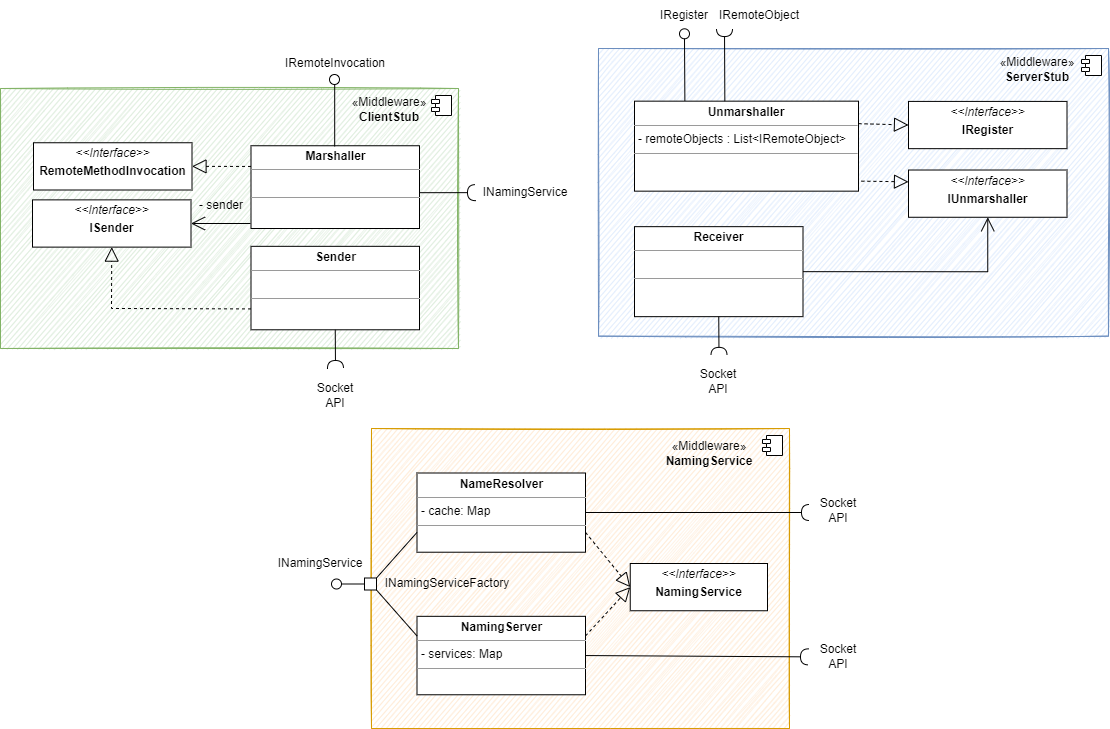
The draw.io diagram Dokumentation/Middleware/diagrams/layer2.png in sckoenig/Distributed-Tron, before a commit. Source tidied: cells renumbered, new cells last; positions are measured from the earlier drawing's top-left corner, leaving out a move shared by most shapes.
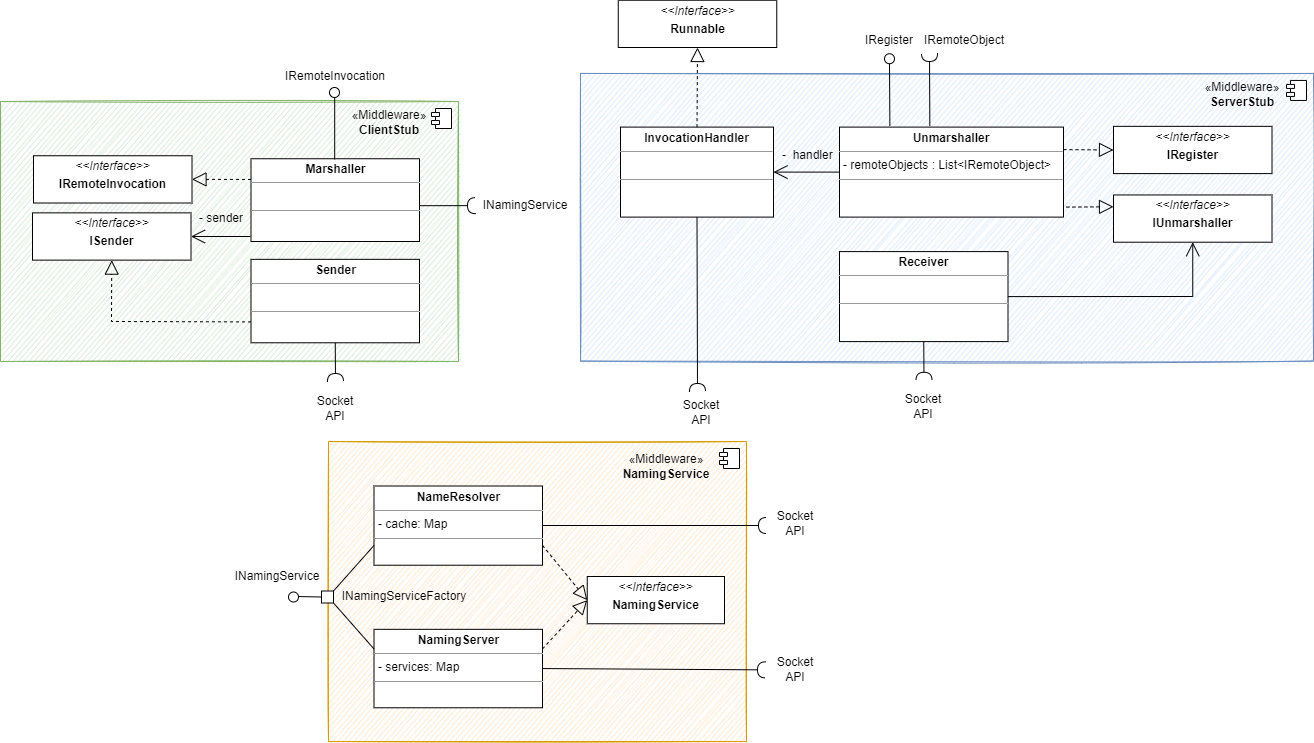
The same diagram one commit later.

Diff of the diagram source:
```diff
@@ -3,7 +3,7 @@
     <mxCell id="0" />
     <mxCell id="1" parent="0" />
     <mxCell id="2" style="html=1;sketch=1;fillColor=#dae8fc;strokeColor=#6c8ebf;" parent="1" vertex="1">
-      <mxGeometry x="598" y="48" width="510" height="287.6" as="geometry" />
+      <mxGeometry x="580" y="59.9" width="733" height="287.6" as="geometry" />
     </mxCell>
     <mxCell id="3" style="shape=module;jettyWidth=8;jettyHeight=4;sketch=0;" parent="2" vertex="1">
       <mxGeometry x="1" width="20" height="20" relative="1" as="geometry">
@@ -24,7 +24,7 @@
     <mxCell id="7" value="&lt;p style=&quot;margin:0px;margin-top:4px;text-align:center;&quot;&gt;&lt;b&gt;Marshaller&lt;/b&gt;&lt;/p&gt;&lt;hr size=&quot;1&quot;&gt;&lt;p style=&quot;margin:0px;margin-left:4px;&quot;&gt;&lt;br&gt;&lt;/p&gt;&lt;hr size=&quot;1&quot;&gt;&lt;p style=&quot;margin:0px;margin-left:4px;&quot;&gt;&lt;br&gt;&lt;/p&gt;&lt;br&gt;&lt;div style=&quot;padding: 0px; margin: 0px;&quot;&gt;&lt;br style=&quot;padding: 0px; margin: 0px;&quot;&gt;&lt;/div&gt;&lt;div style=&quot;padding: 0px; margin: 0px;&quot;&gt;&lt;br style=&quot;padding: 0px; margin: 0px;&quot;&gt;&lt;/div&gt;" style="verticalAlign=top;align=left;overflow=fill;fontSize=12;fontFamily=Helvetica;html=1;sketch=0;fillColor=default;" parent="1" vertex="1">
       <mxGeometry x="250.5" y="145.2" width="168.5" height="82.8" as="geometry" />
     </mxCell>
-    <mxCell id="8" value="&lt;p style=&quot;margin:0px;margin-top:4px;text-align:center;&quot;&gt;&lt;i&gt;&amp;lt;&amp;lt;Interface&lt;/i&gt;&lt;i style=&quot;background-color: initial;&quot;&gt;&amp;gt;&amp;gt;&lt;/i&gt;&lt;/p&gt;&lt;p style=&quot;margin:0px;margin-top:4px;text-align:center;&quot;&gt;&lt;b&gt;RemoteMethodInvocation&lt;/b&gt;&lt;/p&gt;" style="verticalAlign=top;align=left;overflow=fill;fontSize=12;fontFamily=Helvetica;html=1;" parent="1" vertex="1">
+    <mxCell id="8" value="&lt;p style=&quot;margin:0px;margin-top:4px;text-align:center;&quot;&gt;&lt;i&gt;&amp;lt;&amp;lt;Interface&lt;/i&gt;&lt;i style=&quot;background-color: initial;&quot;&gt;&amp;gt;&amp;gt;&lt;/i&gt;&lt;/p&gt;&lt;p style=&quot;margin:0px;margin-top:4px;text-align:center;&quot;&gt;&lt;b&gt;IRemoteInvocation&lt;/b&gt;&lt;/p&gt;" style="verticalAlign=top;align=left;overflow=fill;fontSize=12;fontFamily=Helvetica;html=1;" parent="1" vertex="1">
       <mxGeometry x="33" y="142.2" width="158.5" height="47.2" as="geometry" />
     </mxCell>
     <mxCell id="9" value="&lt;p style=&quot;margin:0px;margin-top:4px;text-align:center;&quot;&gt;&lt;i&gt;&amp;lt;&amp;lt;Interface&lt;/i&gt;&lt;i style=&quot;background-color: initial;&quot;&gt;&amp;gt;&amp;gt;&lt;/i&gt;&lt;/p&gt;&lt;p style=&quot;margin:0px;margin-top:4px;text-align:center;&quot;&gt;&lt;b&gt;ISender&lt;/b&gt;&lt;/p&gt;" style="verticalAlign=top;align=left;overflow=fill;fontSize=12;fontFamily=Helvetica;html=1;" parent="1" vertex="1">
@@ -34,19 +34,19 @@
       <mxGeometry x="250.5" y="245.8" width="168.5" height="83.5" as="geometry" />
     </mxCell>
     <mxCell id="11" value="&lt;p style=&quot;margin:0px;margin-top:4px;text-align:center;&quot;&gt;&lt;b&gt;Unmarshaller&lt;/b&gt;&lt;/p&gt;&lt;hr size=&quot;1&quot;&gt;&lt;p style=&quot;margin:0px;margin-left:4px;&quot;&gt;- remoteObjects : List&amp;lt;IRemoteObject&amp;gt;&lt;/p&gt;&lt;hr size=&quot;1&quot;&gt;&lt;p style=&quot;margin:0px;margin-left:4px;&quot;&gt;&lt;br&gt;&lt;/p&gt;&lt;br&gt;&lt;div style=&quot;padding: 0px; margin: 0px;&quot;&gt;&lt;br style=&quot;padding: 0px; margin: 0px;&quot;&gt;&lt;/div&gt;&lt;div style=&quot;padding: 0px; margin: 0px;&quot;&gt;&lt;br style=&quot;padding: 0px; margin: 0px;&quot;&gt;&lt;/div&gt;" style="verticalAlign=top;align=left;overflow=fill;fontSize=12;fontFamily=Helvetica;html=1;sketch=0;fillColor=default;" parent="1" vertex="1">
-      <mxGeometry x="634" y="100.7" width="224" height="90" as="geometry" />
+      <mxGeometry x="839" y="113.6" width="224" height="90" as="geometry" />
     </mxCell>
     <mxCell id="12" value="&lt;p style=&quot;margin:0px;margin-top:4px;text-align:center;&quot;&gt;&lt;i&gt;&amp;lt;&amp;lt;Interface&lt;/i&gt;&lt;i style=&quot;background-color: initial;&quot;&gt;&amp;gt;&amp;gt;&lt;/i&gt;&lt;/p&gt;&lt;p style=&quot;margin:0px;margin-top:4px;text-align:center;&quot;&gt;&lt;b&gt;IUnmarshaller&lt;/b&gt;&lt;/p&gt;" style="verticalAlign=top;align=left;overflow=fill;fontSize=12;fontFamily=Helvetica;html=1;" parent="1" vertex="1">
-      <mxGeometry x="908" y="169.5" width="158.5" height="47.2" as="geometry" />
+      <mxGeometry x="1113" y="181.5" width="158.5" height="47.2" as="geometry" />
     </mxCell>
     <mxCell id="13" value="&lt;p style=&quot;margin:0px;margin-top:4px;text-align:center;&quot;&gt;&lt;i&gt;&amp;lt;&amp;lt;Interface&lt;/i&gt;&lt;i style=&quot;background-color: initial;&quot;&gt;&amp;gt;&amp;gt;&lt;/i&gt;&lt;/p&gt;&lt;p style=&quot;margin:0px;margin-top:4px;text-align:center;&quot;&gt;&lt;b&gt;IRegister&lt;/b&gt;&lt;/p&gt;" style="verticalAlign=top;align=left;overflow=fill;fontSize=12;fontFamily=Helvetica;html=1;" parent="1" vertex="1">
-      <mxGeometry x="908" y="100.9" width="158.5" height="47.2" as="geometry" />
+      <mxGeometry x="1113" y="112.9" width="158.5" height="47.2" as="geometry" />
     </mxCell>
     <mxCell id="14" style="edgeStyle=orthogonalEdgeStyle;rounded=0;jettySize=auto;html=1;exitX=1;exitY=0.5;exitDx=0;exitDy=0;entryX=0.5;entryY=1;entryDx=0;entryDy=0;endArrow=open;endFill=0;endSize=12;" parent="1" edge="1" source="15" target="12">
       <mxGeometry relative="1" as="geometry" />
     </mxCell>
     <mxCell id="15" value="&lt;p style=&quot;margin:0px;margin-top:4px;text-align:center;&quot;&gt;&lt;b&gt;Receiver&lt;/b&gt;&lt;/p&gt;&lt;hr size=&quot;1&quot;&gt;&lt;p style=&quot;margin:0px;margin-left:4px;&quot;&gt;&lt;br&gt;&lt;/p&gt;&lt;hr size=&quot;1&quot;&gt;&lt;p style=&quot;margin:0px;margin-left:4px;&quot;&gt;&lt;br&gt;&lt;/p&gt;&lt;br&gt;&lt;div style=&quot;padding: 0px; margin: 0px;&quot;&gt;&lt;br style=&quot;padding: 0px; margin: 0px;&quot;&gt;&lt;/div&gt;&lt;div style=&quot;padding: 0px; margin: 0px;&quot;&gt;&lt;br style=&quot;padding: 0px; margin: 0px;&quot;&gt;&lt;/div&gt;" style="verticalAlign=top;align=left;overflow=fill;fontSize=12;fontFamily=Helvetica;html=1;sketch=0;fillColor=default;" parent="1" vertex="1">
-      <mxGeometry x="634" y="226.2" width="168.5" height="90" as="geometry" />
+      <mxGeometry x="839" y="238.1" width="168.5" height="90" as="geometry" />
     </mxCell>
     <mxCell id="16" style="endArrow=block;dashed=1;endFill=0;endSize=12;html=1;rounded=0;entryX=1;entryY=0.5;entryDx=0;entryDy=0;exitX=0;exitY=0.25;exitDx=0;exitDy=0;" parent="1" edge="1" source="7" target="8">
       <mxGeometry relative="1" as="geometry" />
@@ -81,7 +81,7 @@
       </mxGeometry>
     </mxCell>
     <mxCell id="23" style="html=1;sketch=1;fillColor=#ffe6cc;strokeColor=#d79b00;shadow=0;" parent="1" vertex="1">
-      <mxGeometry x="371" y="428" width="418" height="300" as="geometry" />
+      <mxGeometry x="328" y="428" width="418" height="300" as="geometry" />
     </mxCell>
     <mxCell id="24" style="shape=module;jettyWidth=8;jettyHeight=4;sketch=0;" parent="23" vertex="1">
       <mxGeometry x="1" width="20" height="20" relative="1" as="geometry">
@@ -89,25 +89,25 @@
       </mxGeometry>
     </mxCell>
     <mxCell id="25" value="&lt;p style=&quot;margin:0px;margin-top:4px;text-align:center;&quot;&gt;&lt;b&gt;NameResolver&lt;/b&gt;&lt;/p&gt;&lt;hr size=&quot;1&quot;&gt;&lt;p style=&quot;margin:0px;margin-left:4px;&quot;&gt;- cache: Map&lt;/p&gt;&lt;hr size=&quot;1&quot;&gt;&lt;p style=&quot;margin:0px;margin-left:4px;&quot;&gt;&lt;br&gt;&lt;/p&gt;&lt;br&gt;&lt;div style=&quot;padding: 0px; margin: 0px;&quot;&gt;&lt;br style=&quot;padding: 0px; margin: 0px;&quot;&gt;&lt;/div&gt;&lt;div style=&quot;padding: 0px; margin: 0px;&quot;&gt;&lt;br style=&quot;padding: 0px; margin: 0px;&quot;&gt;&lt;/div&gt;" style="verticalAlign=top;align=left;overflow=fill;fontSize=12;fontFamily=Helvetica;html=1;sketch=0;fillColor=default;" parent="1" vertex="1">
-      <mxGeometry x="416.5" y="472.5" width="168.5" height="79.2" as="geometry" />
+      <mxGeometry x="373.5" y="472.5" width="168.5" height="79.2" as="geometry" />
     </mxCell>
     <mxCell id="26" value="&lt;p style=&quot;margin:0px;margin-top:4px;text-align:center;&quot;&gt;&lt;b&gt;NamingServer&lt;/b&gt;&lt;/p&gt;&lt;hr size=&quot;1&quot;&gt;&lt;p style=&quot;margin:0px;margin-left:4px;&quot;&gt;- services: Map&lt;/p&gt;&lt;hr size=&quot;1&quot;&gt;&lt;p style=&quot;margin:0px;margin-left:4px;&quot;&gt;&lt;br&gt;&lt;/p&gt;&lt;br&gt;&lt;div style=&quot;padding: 0px; margin: 0px;&quot;&gt;&lt;br style=&quot;padding: 0px; margin: 0px;&quot;&gt;&lt;/div&gt;&lt;div style=&quot;padding: 0px; margin: 0px;&quot;&gt;&lt;br style=&quot;padding: 0px; margin: 0px;&quot;&gt;&lt;/div&gt;" style="verticalAlign=top;align=left;overflow=fill;fontSize=12;fontFamily=Helvetica;html=1;sketch=0;fillColor=default;" parent="1" vertex="1">
-      <mxGeometry x="416.5" y="615.8" width="168.5" height="78.4" as="geometry" />
+      <mxGeometry x="373.5" y="615.8" width="168.5" height="78.4" as="geometry" />
     </mxCell>
     <mxCell id="27" value="&lt;p style=&quot;margin:0px;margin-top:4px;text-align:center;&quot;&gt;&lt;i&gt;&amp;lt;&amp;lt;Interface&lt;/i&gt;&lt;i style=&quot;background-color: initial;&quot;&gt;&amp;gt;&amp;gt;&lt;/i&gt;&lt;/p&gt;&lt;p style=&quot;margin:0px;margin-top:4px;text-align:center;&quot;&gt;&lt;b&gt;NamingService&lt;/b&gt;&lt;/p&gt;" style="verticalAlign=top;align=left;overflow=fill;fontSize=12;fontFamily=Helvetica;html=1;" parent="1" vertex="1">
-      <mxGeometry x="629.8" y="563" width="137.2" height="47.2" as="geometry" />
+      <mxGeometry x="586.8" y="563" width="137.2" height="47.2" as="geometry" />
     </mxCell>
     <mxCell id="28" value="INamingServiceFactory" style="text;html=1;strokeColor=none;fillColor=none;align=center;verticalAlign=middle;whiteSpace=wrap;rounded=0;sketch=0;" parent="1" vertex="1">
-      <mxGeometry x="416.5" y="568" width="60" height="30" as="geometry" />
+      <mxGeometry x="373.5" y="568" width="60" height="30" as="geometry" />
     </mxCell>
     <mxCell id="29" style="whiteSpace=wrap;html=1;" parent="1" vertex="1">
-      <mxGeometry x="364" y="577.5" width="12" height="12" as="geometry" />
+      <mxGeometry x="321" y="577.5" width="12" height="12" as="geometry" />
     </mxCell>
     <mxCell id="30" style="rounded=0;jettySize=auto;html=1;endArrow=none;endFill=0;sketch=0;sourcePerimeterSpacing=0;targetPerimeterSpacing=0;exitX=0;exitY=0.5;exitDx=0;exitDy=0;" parent="1" edge="1" source="29" target="31">
       <mxGeometry relative="1" as="geometry" />
     </mxCell>
     <mxCell id="31" style="ellipse;whiteSpace=wrap;html=1;align=center;points=[];outlineConnect=0;sketch=0;" parent="1" vertex="1">
-      <mxGeometry x="331" y="578.5" width="10" height="10" as="geometry" />
+      <mxGeometry x="288" y="578.5" width="10" height="10" as="geometry" />
     </mxCell>
     <mxCell id="32" style="endArrow=none;html=1;rounded=0;exitX=1;exitY=0;exitDx=0;exitDy=0;entryX=0;entryY=0.75;entryDx=0;entryDy=0;" parent="1" edge="1" source="29" target="25">
       <mxGeometry relative="1" as="geometry" />
@@ -116,22 +116,22 @@
       <mxGeometry relative="1" as="geometry" />
     </mxCell>
     <mxCell id="34" value="&lt;span style=&quot;&quot;&gt;«Middleware»&lt;/span&gt;&lt;br style=&quot;&quot;&gt;&lt;b&gt;NamingService&lt;/b&gt;" style="text;html=1;strokeColor=none;fillColor=none;align=center;verticalAlign=middle;whiteSpace=wrap;rounded=0;shadow=0;sketch=0;" parent="1" vertex="1">
-      <mxGeometry x="679" y="437.6" width="60" height="30" as="geometry" />
+      <mxGeometry x="636" y="437.6" width="60" height="30" as="geometry" />
     </mxCell>
     <mxCell id="35" style="rounded=0;jettySize=auto;html=1;endArrow=halfCircle;endFill=0;endSize=6;strokeWidth=1;sketch=0;exitX=1;exitY=0.5;exitDx=0;exitDy=0;entryX=0;entryY=0.5;entryDx=0;entryDy=0;" parent="1" edge="1" source="26" target="38">
       <mxGeometry relative="1" as="geometry" />
     </mxCell>
     <mxCell id="36" style="rounded=0;orthogonalLoop=1;jettySize=auto;html=1;endArrow=halfCircle;endFill=0;endSize=6;strokeWidth=1;sketch=0;" parent="1" edge="1">
       <mxGeometry relative="1" as="geometry">
-        <mxPoint x="585" y="512" as="sourcePoint" />
-        <mxPoint x="809" y="512" as="targetPoint" />
+        <mxPoint x="542" y="512" as="sourcePoint" />
+        <mxPoint x="766" y="512" as="targetPoint" />
       </mxGeometry>
     </mxCell>
     <mxCell id="37" value="Socket API" style="text;html=1;strokeColor=none;fillColor=none;align=center;verticalAlign=middle;whiteSpace=wrap;rounded=0;sketch=0;" parent="1" vertex="1">
-      <mxGeometry x="808" y="495.1" width="60" height="30" as="geometry" />
+      <mxGeometry x="765" y="495.1" width="60" height="30" as="geometry" />
     </mxCell>
     <mxCell id="38" value="Socket API" style="text;html=1;strokeColor=none;fillColor=none;align=center;verticalAlign=middle;whiteSpace=wrap;rounded=0;sketch=0;" parent="1" vertex="1">
-      <mxGeometry x="808" y="641.4" width="60" height="30" as="geometry" />
+      <mxGeometry x="765" y="641.4" width="60" height="30" as="geometry" />
     </mxCell>
     <mxCell id="39" style="rounded=0;orthogonalLoop=1;jettySize=auto;html=1;endArrow=halfCircle;endFill=0;endSize=6;strokeWidth=1;sketch=0;exitX=1;exitY=0.5;exitDx=0;exitDy=0;" parent="1" edge="1">
       <mxGeometry relative="1" as="geometry">
@@ -150,33 +150,33 @@
     </mxCell>
     <mxCell id="43" style="rounded=0;orthogonalLoop=1;jettySize=auto;html=1;endArrow=none;endFill=0;sketch=0;sourcePerimeterSpacing=0;targetPerimeterSpacing=0;exitX=0.149;exitY=0.007;exitDx=0;exitDy=0;exitPerimeter=0;" parent="1" edge="1">
       <mxGeometry relative="1" as="geometry">
-        <mxPoint x="684.4" y="100.4" as="sourcePoint" />
-        <mxPoint x="684" y="38.1" as="targetPoint" />
+        <mxPoint x="889.4" y="112.4" as="sourcePoint" />
+        <mxPoint x="889" y="50" as="targetPoint" />
       </mxGeometry>
     </mxCell>
     <mxCell id="44" style="rounded=0;orthogonalLoop=1;jettySize=auto;html=1;endArrow=halfCircle;endFill=0;endSize=6;strokeWidth=1;sketch=0;startArrow=none;exitX=0.482;exitY=0.012;exitDx=0;exitDy=0;exitPerimeter=0;" parent="1" edge="1">
       <mxGeometry relative="1" as="geometry">
-        <mxPoint x="724.3" y="100.7" as="sourcePoint" />
-        <mxPoint x="724" y="28.1" as="targetPoint" />
+        <mxPoint x="929.3" y="112.6" as="sourcePoint" />
+        <mxPoint x="929" y="40" as="targetPoint" />
       </mxGeometry>
     </mxCell>
     <mxCell id="45" style="ellipse;whiteSpace=wrap;html=1;align=center;sketch=0;shadow=0;strokeColor=#000000;fillColor=none;" parent="1" vertex="1">
-      <mxGeometry x="679" y="28.3" width="10" height="10" as="geometry" />
+      <mxGeometry x="884" y="40.2" width="10" height="10" as="geometry" />
     </mxCell>
     <mxCell id="46" value="IRegister" style="text;html=1;strokeColor=none;fillColor=none;align=center;verticalAlign=middle;whiteSpace=wrap;rounded=0;shadow=0;sketch=0;" parent="1" vertex="1">
-      <mxGeometry x="654" y="0.1" width="60" height="30" as="geometry" />
+      <mxGeometry x="859" y="12" width="60" height="30" as="geometry" />
     </mxCell>
     <mxCell id="47" value="IRemoteObject" style="text;html=1;strokeColor=none;fillColor=none;align=center;verticalAlign=middle;whiteSpace=wrap;rounded=0;shadow=0;sketch=0;" parent="1" vertex="1">
-      <mxGeometry x="734" y="0.1" width="50" height="30" as="geometry" />
+      <mxGeometry x="939" y="12" width="50" height="30" as="geometry" />
     </mxCell>
     <mxCell id="48" style="rounded=0;orthogonalLoop=1;jettySize=auto;html=1;endArrow=halfCircle;endFill=0;endSize=6;strokeWidth=1;sketch=0;exitX=0.5;exitY=1;exitDx=0;exitDy=0;" parent="1" edge="1">
       <mxGeometry relative="1" as="geometry">
-        <mxPoint x="718.2" y="316.2" as="sourcePoint" />
-        <mxPoint x="718.5" y="354.9" as="targetPoint" />
+        <mxPoint x="923.2" y="328.1" as="sourcePoint" />
+        <mxPoint x="923.5" y="366.8" as="targetPoint" />
       </mxGeometry>
     </mxCell>
     <mxCell id="49" value="Socket API" style="text;html=1;strokeColor=none;fillColor=none;align=center;verticalAlign=middle;whiteSpace=wrap;rounded=0;sketch=0;" parent="1" vertex="1">
-      <mxGeometry x="688.2" y="366.4" width="60" height="30" as="geometry" />
+      <mxGeometry x="893.2" y="378.4" width="60" height="30" as="geometry" />
     </mxCell>
     <mxCell id="50" style="endArrow=block;dashed=1;endFill=0;endSize=12;html=1;rounded=0;entryX=0;entryY=0.5;entryDx=0;entryDy=0;exitX=1;exitY=0.75;exitDx=0;exitDy=0;" parent="1" edge="1" source="25" target="27">
       <mxGeometry relative="1" as="geometry" />
@@ -191,10 +191,33 @@
       <mxGeometry relative="1" as="geometry" />
     </mxCell>
     <mxCell id="54" value="INamingService" style="text;html=1;strokeColor=none;fillColor=none;align=center;verticalAlign=middle;whiteSpace=wrap;rounded=0;sketch=0;" parent="1" vertex="1">
-      <mxGeometry x="290" y="547.5" width="60" height="30" as="geometry" />
+      <mxGeometry x="247" y="547.5" width="60" height="30" as="geometry" />
     </mxCell>
     <mxCell id="55" value="&lt;span style=&quot;&quot;&gt;«Middleware»&lt;/span&gt;&lt;br style=&quot;&quot;&gt;&lt;b&gt;ServerStub&lt;/b&gt;" style="text;html=1;strokeColor=none;fillColor=none;align=center;verticalAlign=middle;whiteSpace=wrap;rounded=0;shadow=0;sketch=0;" parent="1" vertex="1">
-      <mxGeometry x="1006.5" y="54" width="60" height="30" as="geometry" />
+      <mxGeometry x="1211.5" y="65.9" width="60" height="30" as="geometry" />
     </mxCell>
+    <mxCell id="56" value="&lt;p style=&quot;margin:0px;margin-top:4px;text-align:center;&quot;&gt;&lt;b&gt;InvocationHandler&lt;/b&gt;&lt;/p&gt;&lt;hr size=&quot;1&quot;&gt;&lt;p style=&quot;margin:0px;margin-left:4px;&quot;&gt;&lt;br&gt;&lt;/p&gt;&lt;hr size=&quot;1&quot;&gt;&lt;p style=&quot;margin:0px;margin-left:4px;&quot;&gt;&lt;br&gt;&lt;/p&gt;&lt;br&gt;&lt;div style=&quot;padding: 0px; margin: 0px;&quot;&gt;&lt;br style=&quot;padding: 0px; margin: 0px;&quot;&gt;&lt;/div&gt;&lt;div style=&quot;padding: 0px; margin: 0px;&quot;&gt;&lt;br style=&quot;padding: 0px; margin: 0px;&quot;&gt;&lt;/div&gt;" style="verticalAlign=top;align=left;overflow=fill;fontSize=12;fontFamily=Helvetica;html=1;sketch=0;fillColor=default;" parent="1" vertex="1">
+      <mxGeometry x="620" y="113.6" width="153" height="90" as="geometry" />
+    </mxCell>
+    <mxCell id="57" value="&lt;p style=&quot;margin:0px;margin-top:4px;text-align:center;&quot;&gt;&lt;i&gt;&amp;lt;&amp;lt;Interface&lt;/i&gt;&lt;i style=&quot;background-color: initial;&quot;&gt;&amp;gt;&amp;gt;&lt;/i&gt;&lt;/p&gt;&lt;p style=&quot;margin:0px;margin-top:4px;text-align:center;&quot;&gt;&lt;b&gt;Runnable&lt;/b&gt;&lt;/p&gt;" style="verticalAlign=top;align=left;overflow=fill;fontSize=12;fontFamily=Helvetica;html=1;" parent="1" vertex="1">
+      <mxGeometry x="617.8" y="-13.3" width="158.5" height="47.2" as="geometry" />
+    </mxCell>
+    <mxCell id="58" style="endArrow=block;dashed=1;endFill=0;endSize=12;html=1;rounded=0;entryX=0.5;entryY=1;entryDx=0;entryDy=0;exitX=0.5;exitY=0;exitDx=0;exitDy=0;" parent="1" edge="1" source="56" target="57">
+      <mxGeometry relative="1" as="geometry" />
+    </mxCell>
+    <mxCell id="59" style="rounded=0;jettySize=auto;html=1;endArrow=halfCircle;endFill=0;endSize=6;strokeWidth=1;sketch=0;exitX=0.5;exitY=1;exitDx=0;exitDy=0;" parent="1" edge="1" source="56">
+      <mxGeometry relative="1" as="geometry">
+        <mxPoint x="697" y="378" as="targetPoint" />
+      </mxGeometry>
+    </mxCell>
+    <mxCell id="60" value="Socket API" style="text;html=1;strokeColor=none;fillColor=none;align=center;verticalAlign=middle;whiteSpace=wrap;rounded=0;sketch=0;" parent="1" vertex="1">
+      <mxGeometry x="670.5" y="383.6" width="60" height="30" as="geometry" />
+    </mxCell>
+    <mxCell id="61" style="endArrow=open;endFill=1;endSize=12;html=1;rounded=0;exitX=0;exitY=0.5;exitDx=0;exitDy=0;entryX=1;entryY=0.5;entryDx=0;entryDy=0;" parent="1" edge="1" source="11" target="56">
+      <mxGeometry relative="1" as="geometry" />
+    </mxCell>
+    <mxCell id="62" value="-&amp;nbsp; handler&amp;nbsp;" style="text;html=1;strokeColor=none;fillColor=none;align=center;verticalAlign=middle;whiteSpace=wrap;rounded=0;shadow=0;sketch=0;" parent="1" vertex="1">
+      <mxGeometry x="778.8" y="127" width="60" height="30" as="geometry" />
+    </mxCell>
   </root>
 </mxGraphModel>
```
